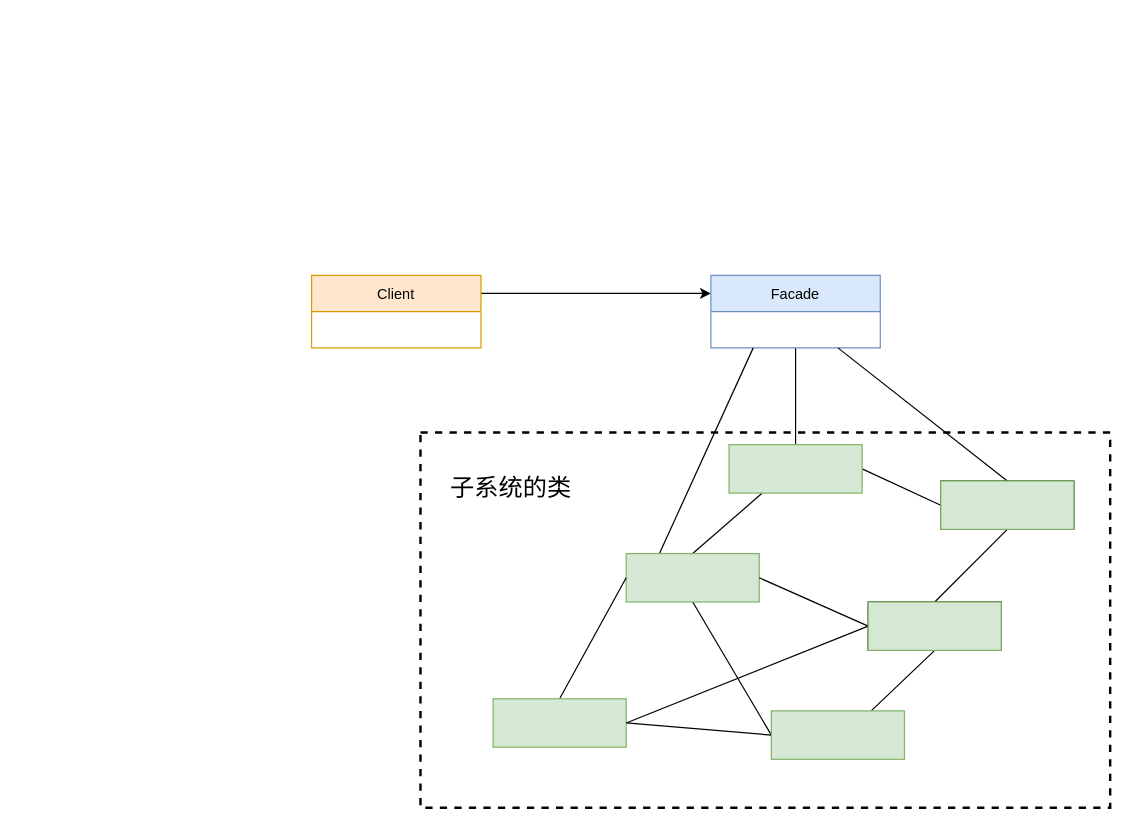
The draw.io diagram 图表文件/设计模式/外观模式.drawio in Syske/person-learning-note, before the edit. Source tidied: cells renumbered, new cells numbered last; positions are measured from the earlier drawing's top-left corner, leaving out a move shared by most shapes. Both pictures are drawn from the tidied source at 121%, with x=0, y=0 at pixel (311, 275).
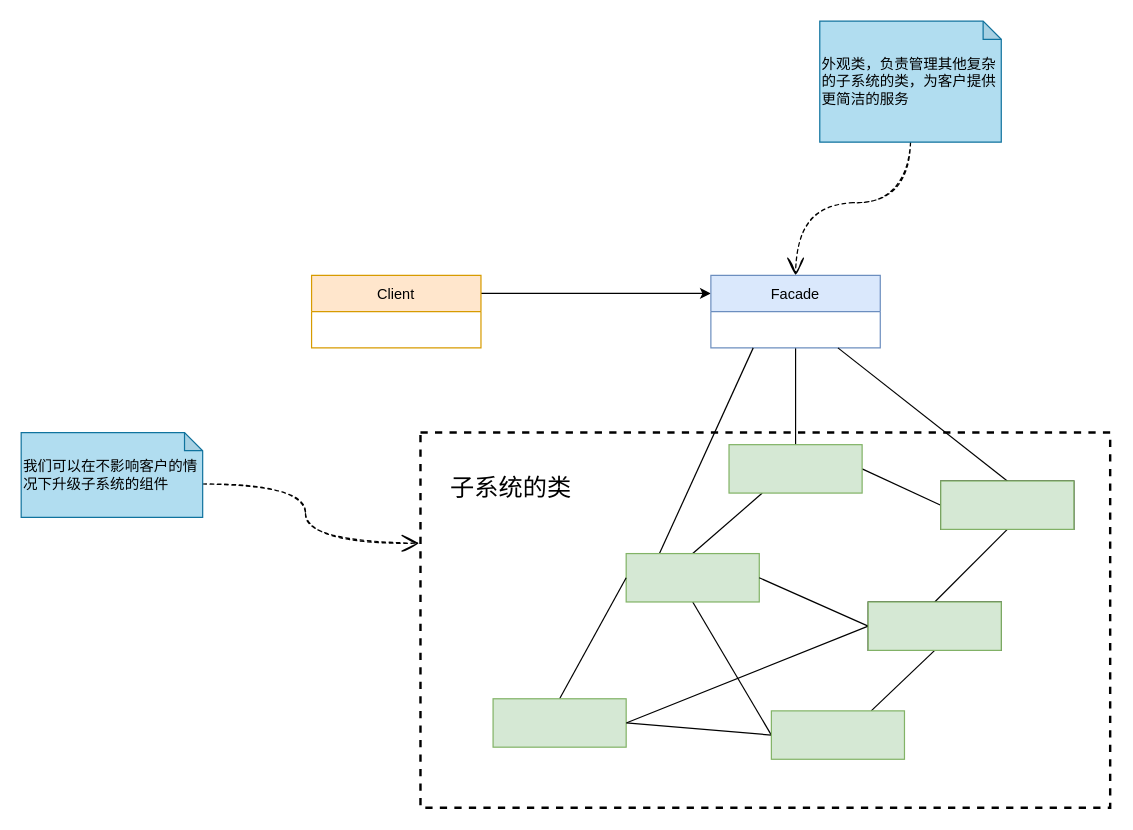
Above is the later version.

Unchanged cells that the change refers to:
```xml
<mxCell id="2" style="rounded=0;whiteSpace=wrap;html=1;fillColor=none;dashed=1;strokeWidth=2;" parent="1" vertex="1">
  <mxGeometry x="90" y="130" width="570" height="310" as="geometry" />
</mxCell>
<mxCell id="6" value="Facade" style="swimlane;fontStyle=0;horizontal=1;startSize=30;fillColor=#dae8fc;strokeColor=#6c8ebf;" parent="1" vertex="1">
  <mxGeometry x="330" width="140" height="60" as="geometry" />
</mxCell>
```

Change to the diagram source:
```diff
@@
+    <mxCell id="27" style="edgeStyle=orthogonalEdgeStyle;rounded=0;jettySize=auto;html=1;exitX=0.5;exitY=1;exitDx=0;exitDy=0;exitPerimeter=0;entryX=0.5;entryY=0;entryDx=0;entryDy=0;elbow=vertical;curved=1;sketch=1;dashed=1;endSize=12;endArrow=open;endFill=0;" parent="1" edge="1" source="28" target="6">
+      <mxGeometry relative="1" as="geometry" />
+    </mxCell>
+    <mxCell id="28" value="外观类，负责管理其他复杂的子系统的类，为客户提供更简洁的服务" style="shape=note;whiteSpace=wrap;html=1;backgroundOutline=1;darkOpacity=0.05;size=15;fillColor=#b1ddf0;strokeColor=#10739e;align=left;verticalAlign=middle;" parent="1" vertex="1">
+      <mxGeometry x="420" y="-210" width="150" height="100" as="geometry" />
+    </mxCell>
+    <mxCell id="29" style="edgeStyle=orthogonalEdgeStyle;curved=1;rounded=0;sketch=1;jettySize=auto;html=1;exitX=0;exitY=0;exitDx=150;exitDy=42.5;exitPerimeter=0;entryX=-0.002;entryY=0.295;entryDx=0;entryDy=0;entryPerimeter=0;dashed=1;endArrow=open;endFill=0;endSize=12;" parent="1" edge="1" source="30" target="2">
+      <mxGeometry relative="1" as="geometry" />
+    </mxCell>
+    <mxCell id="30" value="我们可以在不影响客户的情况下升级子系统的组件" style="shape=note;whiteSpace=wrap;html=1;backgroundOutline=1;darkOpacity=0.05;size=15;fillColor=#b1ddf0;strokeColor=#10739e;align=left;verticalAlign=middle;" parent="1" vertex="1">
+      <mxGeometry x="-240" y="130" width="150" height="70" as="geometry" />
+    </mxCell>
```
